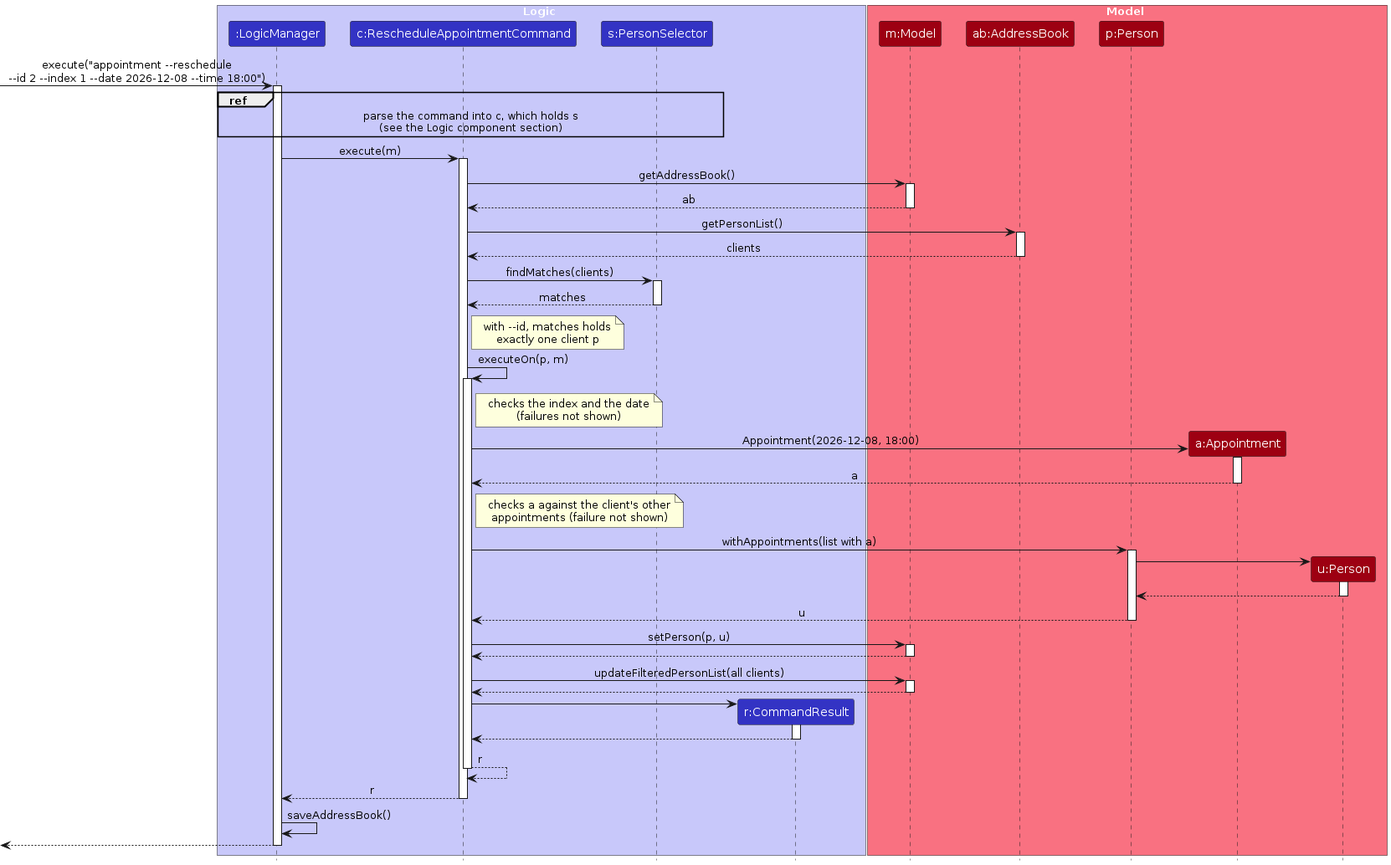
Above: diagrams/RescheduleSequenceDiagram.png in AY2627S1-CS2103T-T15-1/tp (PlantUML), before the change. Its source is kept beside it as diagrams/RescheduleSequenceDiagram.puml. The source it was exported from:
```plantuml
@startuml
!include style.puml
skinparam ArrowFontStyle plain

box Logic LOGIC_COLOR_T1
participant ":LogicManager" as LogicManager LOGIC_COLOR
participant "c:RescheduleAppointmentCommand" as RescheduleCommand LOGIC_COLOR
participant "s:PersonSelector" as PersonSelector LOGIC_COLOR
participant "r:CommandResult" as CommandResult LOGIC_COLOR
end box

box Model MODEL_COLOR_T1
participant "m:Model" as Model MODEL_COLOR
participant "ab:AddressBook" as AddressBook MODEL_COLOR
participant "p:Person" as Person MODEL_COLOR
participant "a:Appointment" as Appointment MODEL_COLOR
participant "u:Person" as UpdatedPerson MODEL_COLOR
end box

[-> LogicManager : execute("appointment ~--reschedule\n~--id 2 ~--index 1 ~--date 2026-12-08 ~--time 18:00")
activate LogicManager

ref over LogicManager, RescheduleCommand, PersonSelector
    parse the command into c, which holds s
    (see the Logic component section)
end ref

LogicManager -> RescheduleCommand : execute(m)
activate RescheduleCommand

RescheduleCommand -> Model : getAddressBook()
activate Model

Model --> RescheduleCommand : ab
deactivate Model

RescheduleCommand -> AddressBook : getPersonList()
activate AddressBook

AddressBook --> RescheduleCommand : clients
deactivate AddressBook

RescheduleCommand -> PersonSelector : findMatches(clients)
activate PersonSelector

PersonSelector --> RescheduleCommand : matches
deactivate PersonSelector

note right of RescheduleCommand
    with ~--id, matches holds
    exactly one client p
end note

RescheduleCommand -> RescheduleCommand : executeOn(p, m)
activate RescheduleCommand

note right of RescheduleCommand
    checks the index and the date
    (failures not shown)
end note

create Appointment
RescheduleCommand -> Appointment : Appointment(2026-12-08, 18:00)
activate Appointment

Appointment --> RescheduleCommand : a
deactivate Appointment

note right of RescheduleCommand
    checks a against the client's other
    appointments (failure not shown)
end note

RescheduleCommand -> Person : withAppointments(list with a)
activate Person

create UpdatedPerson
Person -> UpdatedPerson
activate UpdatedPerson

UpdatedPerson --> Person
deactivate UpdatedPerson

Person --> RescheduleCommand : u
deactivate Person

RescheduleCommand -> Model : setPerson(p, u)
activate Model

Model --> RescheduleCommand
deactivate Model

RescheduleCommand -> Model : updateFilteredPersonList(all clients)
activate Model

Model --> RescheduleCommand
deactivate Model

create CommandResult
RescheduleCommand -> CommandResult
activate CommandResult

CommandResult --> RescheduleCommand
deactivate CommandResult

RescheduleCommand --> RescheduleCommand : r
deactivate RescheduleCommand

RescheduleCommand --> LogicManager : r
deactivate RescheduleCommand

LogicManager -> LogicManager : saveAddressBook()

[<--LogicManager
deactivate LogicManager
@enduml
```
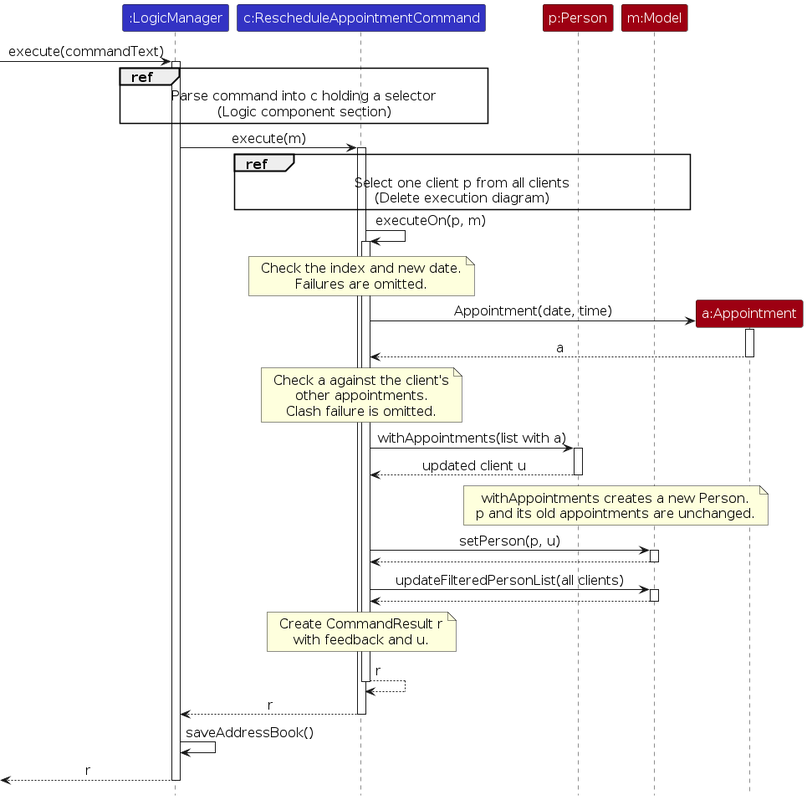
After the commit.

The edit, as a diff of the source:
```diff
@@ -1,116 +1,75 @@
 @startuml
 !include style.puml
 skinparam ArrowFontStyle plain
+skinparam DefaultFontSize 16
+skinparam ParticipantPadding 4
+skinparam Participant {
+    Padding 0
+    FontSize 16
+}
 
-box Logic LOGIC_COLOR_T1
-participant ":LogicManager" as LogicManager LOGIC_COLOR
-participant "c:RescheduleAppointmentCommand" as RescheduleCommand LOGIC_COLOR
-participant "s:PersonSelector" as PersonSelector LOGIC_COLOR
-participant "r:CommandResult" as CommandResult LOGIC_COLOR
-end box
+participant ":LogicManager" as Logic LOGIC_COLOR
+participant "c:RescheduleAppointmentCommand" as Command LOGIC_COLOR
+participant "p:Person" as Person MODEL_COLOR
+participant "m:Model" as Model MODEL_COLOR
+participant "a:Appointment" as Appointment MODEL_COLOR
 
-box Model MODEL_COLOR_T1
-participant "m:Model" as Model MODEL_COLOR
-participant "ab:AddressBook" as AddressBook MODEL_COLOR
-participant "p:Person" as Person MODEL_COLOR
-participant "a:Appointment" as Appointment MODEL_COLOR
-participant "u:Person" as UpdatedPerson MODEL_COLOR
-end box
-
-[-> LogicManager : execute("appointment ~--reschedule\n~--id 2 ~--index 1 ~--date 2026-12-08 ~--time 18:00")
-activate LogicManager
-
-ref over LogicManager, RescheduleCommand, PersonSelector
-    parse the command into c, which holds s
-    (see the Logic component section)
+[-> Logic : execute(commandText)
+activate Logic
+ref over Logic, Command
+    Parse command into c holding a selector
+    (Logic component section)
+end ref
+Logic -> Command : execute(m)
+activate Command
+ref over Command, Model
+    Select one client p from all clients
+    (Delete execution diagram)
 end ref
 
-LogicManager -> RescheduleCommand : execute(m)
-activate RescheduleCommand
+Command -> Command : executeOn(p, m)
+activate Command
+note over Command
+    Check the index and new date.
+    Failures are omitted.
+end note
+create Appointment
+Command -> Appointment : Appointment(date, time)
+activate Appointment
+Appointment --> Command : a
+deactivate Appointment
+note over Command
+    Check a against the client's
+    other appointments.
+    Clash failure is omitted.
+end note
 
-RescheduleCommand -> Model : getAddressBook()
+Command -> Person : withAppointments(list with a)
+activate Person
+Person --> Command : updated client u
+deactivate Person
+note over Person, Model
+    withAppointments creates a new Person.
+    p and its old appointments are unchanged.
+end note
+Command -> Model : setPerson(p, u)
 activate Model
-
-Model --> RescheduleCommand : ab
+Model --> Command
+deactivate Model
+Command -> Model : updateFilteredPersonList(all clients)
+activate Model
+Model --> Command
 deactivate Model
 
-RescheduleCommand -> AddressBook : getPersonList()
-activate AddressBook
-
-AddressBook --> RescheduleCommand : clients
-deactivate AddressBook
-
-RescheduleCommand -> PersonSelector : findMatches(clients)
-activate PersonSelector
-
-PersonSelector --> RescheduleCommand : matches
-deactivate PersonSelector
-
-note right of RescheduleCommand
-    with ~--id, matches holds
-    exactly one client p
+note over Command
+    Create CommandResult r
+    with feedback and u.
 end note
-
-RescheduleCommand -> RescheduleCommand : executeOn(p, m)
-activate RescheduleCommand
-
-note right of RescheduleCommand
-    checks the index and the date
-    (failures not shown)
-end note
-
-create Appointment
-RescheduleCommand -> Appointment : Appointment(2026-12-08, 18:00)
-activate Appointment
-
-Appointment --> RescheduleCommand : a
-deactivate Appointment
-
-note right of RescheduleCommand
-    checks a against the client's other
-    appointments (failure not shown)
-end note
-
-RescheduleCommand -> Person : withAppointments(list with a)
-activate Person
-
-create UpdatedPerson
-Person -> UpdatedPerson
-activate UpdatedPerson
-
-UpdatedPerson --> Person
-deactivate UpdatedPerson
-
-Person --> RescheduleCommand : u
-deactivate Person
-
-RescheduleCommand -> Model : setPerson(p, u)
-activate Model
-
-Model --> RescheduleCommand
-deactivate Model
-
-RescheduleCommand -> Model : updateFilteredPersonList(all clients)
-activate Model
-
-Model --> RescheduleCommand
-deactivate Model
-
-create CommandResult
-RescheduleCommand -> CommandResult
-activate CommandResult
-
-CommandResult --> RescheduleCommand
-deactivate CommandResult
-
-RescheduleCommand --> RescheduleCommand : r
-deactivate RescheduleCommand
-
-RescheduleCommand --> LogicManager : r
-deactivate RescheduleCommand
-
-LogicManager -> LogicManager : saveAddressBook()
-
-[<--LogicManager
-deactivate LogicManager
+Command --> Command : r
+deactivate Command
+Command --> Logic : r
+deactivate Command
+Logic -> Logic : saveAddressBook()
+[<-- Logic : r
+deactivate Logic
 @enduml
```
